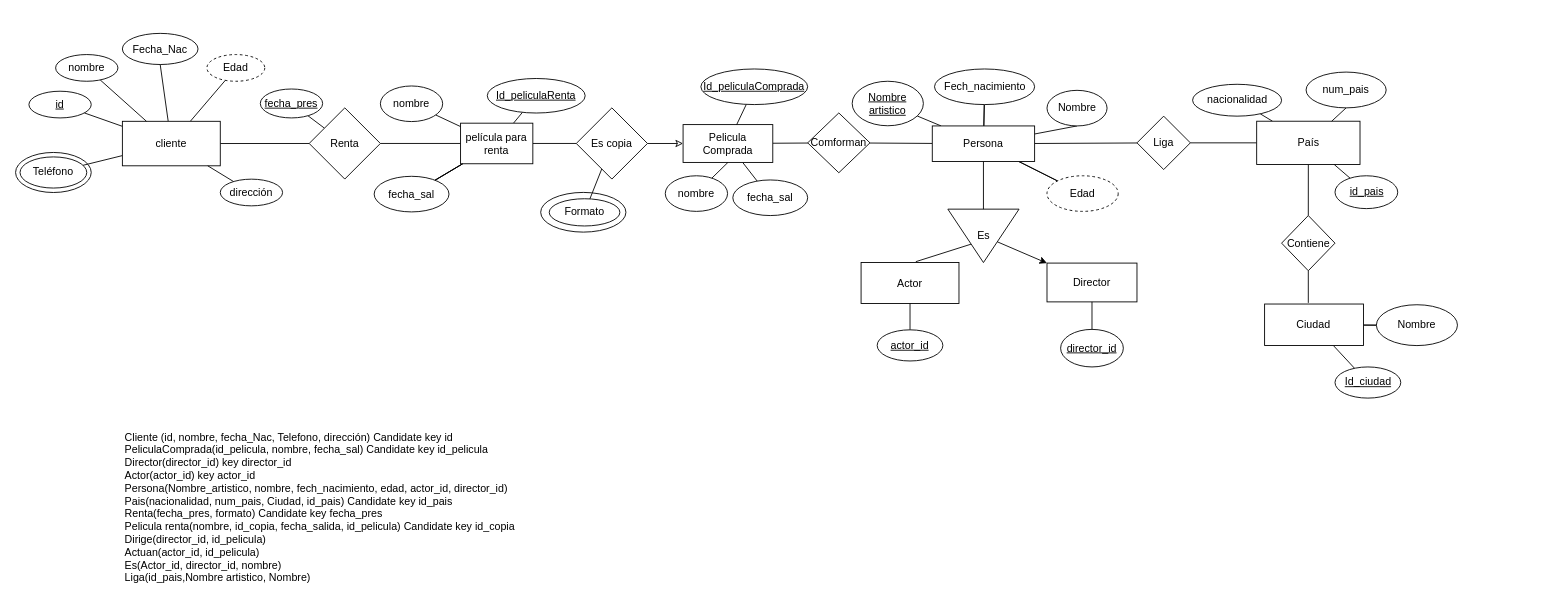
Before: videoStore.drawio in jesalazaro/ER-diagrams, a draw.io diagram. Source tidied: cells renumbered, new cells numbered last; positions are measured from the earlier drawing's top-left corner, leaving out a move shared by most shapes. Both pictures are drawn from the tidied source at 89%, with x=0, y=0 at pixel (15, 33).
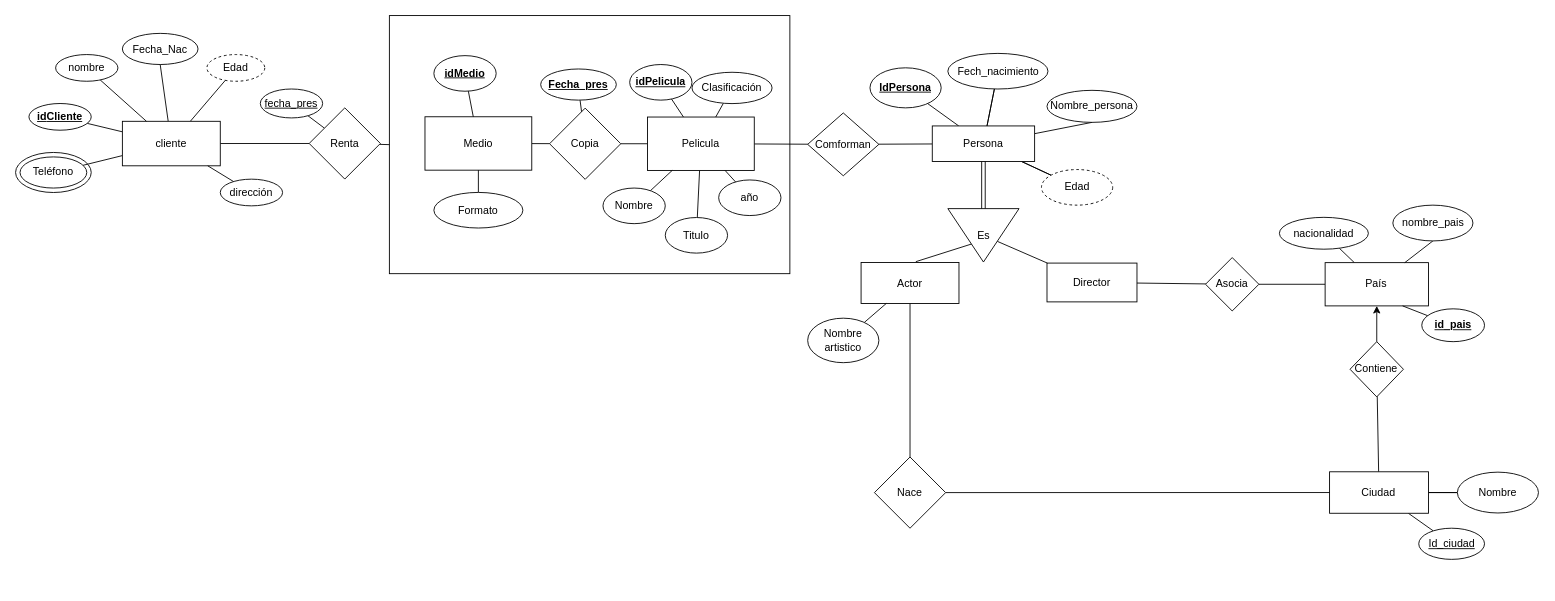
The same diagram, later.

The change refers to these unchanged cells:
```xml
<mxCell id="19" value="Renta" style="rhombus;whiteSpace=wrap;html=1;rounded=0;" parent="1" vertex="1">
  <mxGeometry x="329.9" y="83.7" width="80" height="80" as="geometry" />
</mxCell>
<mxCell id="22" value="Actor" style="whiteSpace=wrap;html=1;rounded=0;" parent="1" vertex="1">
  <mxGeometry x="950" y="257.5" width="110" height="46" as="geometry" />
</mxCell>
<mxCell id="24" value="Director" style="whiteSpace=wrap;html=1;rounded=0;" parent="1" vertex="1">
  <mxGeometry x="1158.9" y="258.1" width="101.1" height="43.6" as="geometry" />
</mxCell>
<mxCell id="78" value="Persona" style="whiteSpace=wrap;html=1;rounded=0;" parent="1" vertex="1">
  <mxGeometry x="1030" y="104" width="115" height="40" as="geometry" />
</mxCell>
```

Change to the diagram source:
```diff
@@
+    <mxCell id="96" style="rounded=0;whiteSpace=wrap;html=1;fontStyle=5;" parent="1" vertex="1">
+      <mxGeometry x="420" y="-20" width="450" height="290" as="geometry" />
+    </mxCell>
@@
-    <mxCell id="9" value="&lt;u&gt;id&lt;/u&gt;" style="ellipse;whiteSpace=wrap;html=1;rounded=0;" parent="1" vertex="1">
-      <mxGeometry x="15" y="65" width="70" height="30" as="geometry" />
+    <mxCell id="9" value="&lt;span&gt;id&lt;/span&gt;Cliente" style="ellipse;whiteSpace=wrap;html=1;rounded=0;fontStyle=5;" parent="1" vertex="1">
+      <mxGeometry x="15" y="78.8" width="70" height="30" as="geometry" />
     </mxCell>
@@
-    <mxCell id="18" style="edgeStyle=none;rounded=0;jettySize=auto;html=1;endArrow=none;endFill=0;" parent="1" edge="1" source="19" target="59">
-      <mxGeometry relative="1" as="geometry" />
-    </mxCell>
+    <mxCell id="97" style="edgeStyle=none;rounded=0;jettySize=auto;html=1;entryX=0;entryY=0.5;entryDx=0;entryDy=0;endArrow=none;endFill=0;" parent="1" edge="1" source="19" target="96">
+      <mxGeometry relative="1" as="geometry" />
+    </mxCell>
@@
+    <mxCell id="98" style="edgeStyle=none;rounded=0;jettySize=auto;html=1;endArrow=none;endFill=0;" parent="1" edge="1" source="22" target="127">
+      <mxGeometry relative="1" as="geometry" />
+    </mxCell>
@@
-    <mxCell id="23" style="edgeStyle=none;rounded=0;jettySize=auto;html=1;endArrow=none;endFill=0;startArrow=classic;startFill=1;" parent="1" edge="1" source="24" target="26">
-      <mxGeometry relative="1" as="geometry" />
-    </mxCell>
@@
+    <mxCell id="99" style="edgeStyle=none;rounded=0;jettySize=auto;html=1;endArrow=none;endFill=0;" parent="1" edge="1" source="26" target="24">
+      <mxGeometry relative="1" as="geometry" />
+    </mxCell>
     <mxCell id="26" value="Es" style="triangle;whiteSpace=wrap;html=1;rounded=0;direction=south;horizontal=1;" parent="1" vertex="1">
-      <mxGeometry x="1047.5" y="197.5" width="80" height="60" as="geometry" />
+      <mxGeometry x="1047.5" y="196.9" width="80" height="60" as="geometry" />
     </mxCell>
@@
-    <mxCell id="31" style="edgeStyle=none;rounded=0;jettySize=auto;html=1;endArrow=none;endFill=0;" parent="1" edge="1" source="78" target="33">
-      <mxGeometry relative="1" as="geometry" />
-    </mxCell>
     <mxCell id="32" style="edgeStyle=none;rounded=0;orthogonalLoop=1;jettySize=auto;html=1;exitX=0.5;exitY=1;exitDx=0;exitDy=0;endArrow=none;endFill=0;" parent="1" edge="1">
       <mxGeometry relative="1" as="geometry">
-        <mxPoint x="654.2" y="300" as="sourcePoint" />
-        <mxPoint x="654.2" y="300" as="targetPoint" />
+        <mxPoint x="714.2" y="219.9" as="sourcePoint" />
+        <mxPoint x="714.2" y="219.9" as="targetPoint" />
       </mxGeometry>
     </mxCell>
+    <mxCell id="100" style="edgeStyle=none;rounded=0;jettySize=auto;html=1;endArrow=none;endFill=0;" parent="1" edge="1" source="33" target="24">
+      <mxGeometry relative="1" as="geometry" />
+    </mxCell>
-    <mxCell id="33" value="Liga" style="rhombus;whiteSpace=wrap;html=1;rounded=0;" parent="1" vertex="1">
-      <mxGeometry x="1260" y="93" width="60" height="60" as="geometry" />
+    <mxCell id="33" value="Asocia" style="rhombus;whiteSpace=wrap;html=1;rounded=0;" parent="1" vertex="1">
+      <mxGeometry x="1337" y="251.9" width="60" height="60" as="geometry" />
     </mxCell>
@@
-    <mxCell id="39" style="rounded=0;jettySize=auto;html=1;endArrow=none;endFill=0;" parent="1" edge="1" source="40" target="71">
+    <mxCell id="39" style="rounded=0;jettySize=auto;html=1;endArrow=none;endFill=0;startArrow=classic;startFill=1;" parent="1" edge="1" source="40" target="71">
       <mxGeometry relative="1" as="geometry" />
     </mxCell>
     <mxCell id="40" value="País" style="rounded=0;whiteSpace=wrap;html=1;" parent="1" vertex="1">
-      <mxGeometry x="1394.5" y="98.7" width="116.1" height="48.6" as="geometry" />
+      <mxGeometry x="1471.4" y="257.6" width="116.1" height="48.6" as="geometry" />
     </mxCell>
     <mxCell id="41" value="nacionalidad" style="ellipse;whiteSpace=wrap;html=1;rounded=0;" parent="1" vertex="1">
-      <mxGeometry x="1322.5" y="57.2" width="100" height="35.8" as="geometry" />
+      <mxGeometry x="1420" y="206.7" width="100" height="35.8" as="geometry" />
     </mxCell>
@@
-    <mxCell id="43" value="num_pais" style="ellipse;whiteSpace=wrap;html=1;rounded=0;" parent="1" vertex="1">
-      <mxGeometry x="1450" y="43.5" width="90" height="40.2" as="geometry" />
+    <mxCell id="43" value="nombre_pais" style="ellipse;whiteSpace=wrap;html=1;rounded=0;" parent="1" vertex="1">
+      <mxGeometry x="1547.5" y="193" width="90" height="40.2" as="geometry" />
     </mxCell>
@@
-    <mxCell id="45" value="&lt;u&gt;id_pais&lt;/u&gt;" style="ellipse;whiteSpace=wrap;html=1;rounded=0;" parent="1" vertex="1">
-      <mxGeometry x="1482.5" y="160" width="70.5" height="36.9" as="geometry" />
+    <mxCell id="45" value="&lt;b&gt;&lt;u&gt;id_pais&lt;/u&gt;&lt;/b&gt;" style="ellipse;whiteSpace=wrap;html=1;rounded=0;" parent="1" vertex="1">
+      <mxGeometry x="1580" y="309.5" width="70.5" height="36.9" as="geometry" />
     </mxCell>
@@
-    <mxCell id="47" value="Nombre" style="ellipse;whiteSpace=wrap;html=1;rounded=0;" parent="1" vertex="1">
-      <mxGeometry x="1158.9" y="64" width="67.5" height="40" as="geometry" />
+    <mxCell id="47" value="Nombre_persona" style="ellipse;whiteSpace=wrap;html=1;rounded=0;" parent="1" vertex="1">
+      <mxGeometry x="1158.9" y="64" width="101.1" height="36" as="geometry" />
     </mxCell>
     <mxCell id="48" value="Fech_nacimiento" style="ellipse;whiteSpace=wrap;html=1;rounded=0;" parent="1" vertex="1">
-      <mxGeometry x="1032.5" y="40" width="112.5" height="40" as="geometry" />
+      <mxGeometry x="1047.5" y="22.5" width="112.5" height="40" as="geometry" />
     </mxCell>
     <mxCell id="49" value="Edad" style="ellipse;whiteSpace=wrap;html=1;rounded=0;dashed=1;" parent="1" vertex="1">
-      <mxGeometry x="1158.9" y="160" width="80" height="40" as="geometry" />
+      <mxGeometry x="1152.7" y="153" width="80" height="40" as="geometry" />
     </mxCell>
@@
-    <mxCell id="52" style="edgeStyle=none;rounded=0;jettySize=auto;html=1;endArrow=none;endFill=0;" parent="1" edge="1" source="53" target="78">
-      <mxGeometry relative="1" as="geometry" />
-    </mxCell>
-    <mxCell id="53" value="&lt;u&gt;Nombre artistico&lt;/u&gt;" style="ellipse;whiteSpace=wrap;html=1;rounded=0;align=center;" parent="1" vertex="1">
-      <mxGeometry x="940" y="53.8" width="80" height="50" as="geometry" />
-    </mxCell>
-    <mxCell id="54" style="edgeStyle=none;rounded=0;jettySize=auto;html=1;endArrow=none;endFill=0;" parent="1" edge="1" source="59" target="61">
-      <mxGeometry relative="1" as="geometry" />
-    </mxCell>
-    <mxCell id="55" style="edgeStyle=none;rounded=0;jettySize=auto;html=1;endArrow=none;endFill=0;" parent="1" edge="1" source="59" target="61">
-      <mxGeometry relative="1" as="geometry" />
-    </mxCell>
-    <mxCell id="56" style="edgeStyle=none;rounded=0;jettySize=auto;html=1;endArrow=none;endFill=0;" parent="1" edge="1" source="59" target="62">
-      <mxGeometry relative="1" as="geometry" />
-    </mxCell>
-    <mxCell id="57" style="edgeStyle=none;rounded=0;jettySize=auto;html=1;endArrow=none;endFill=0;" parent="1" edge="1" source="59" target="67">
-      <mxGeometry relative="1" as="geometry" />
-    </mxCell>
-    <mxCell id="58" style="edgeStyle=none;rounded=0;jettySize=auto;html=1;endArrow=none;endFill=0;" parent="1" edge="1" source="59" target="88">
-      <mxGeometry relative="1" as="geometry" />
-    </mxCell>
-    <mxCell id="59" value="película para renta" style="whiteSpace=wrap;html=1;rounded=0;" parent="1" vertex="1">
-      <mxGeometry x="500" y="100.9" width="81.2" height="45.6" as="geometry" />
-    </mxCell>
-    <mxCell id="60" style="edgeStyle=none;rounded=0;jettySize=auto;html=1;endArrow=none;endFill=0;" parent="1" edge="1" source="61" target="59">
-      <mxGeometry relative="1" as="geometry" />
-    </mxCell>
-    <mxCell id="61" value="fecha_sal" style="ellipse;whiteSpace=wrap;html=1;rounded=0;" parent="1" vertex="1">
-      <mxGeometry x="402.9" y="160.6" width="84.1" height="40" as="geometry" />
-    </mxCell>
-    <mxCell id="62" value="nombre" style="ellipse;whiteSpace=wrap;html=1;rounded=0;" parent="1" vertex="1">
-      <mxGeometry x="409.9" y="59.1" width="70" height="40" as="geometry" />
-    </mxCell>
-    <mxCell id="63" style="edgeStyle=none;rounded=0;jettySize=auto;html=1;endArrow=none;endFill=0;" parent="1" edge="1" source="64" target="22">
-      <mxGeometry relative="1" as="geometry" />
-    </mxCell>
-    <mxCell id="64" value="&lt;u&gt;actor_id&lt;/u&gt;" style="ellipse;whiteSpace=wrap;html=1;rounded=0;" parent="1" vertex="1">
-      <mxGeometry x="968.1" y="333.1" width="73.8" height="35" as="geometry" />
-    </mxCell>
-    <mxCell id="65" style="edgeStyle=none;rounded=0;jettySize=auto;html=1;endArrow=none;endFill=0;" parent="1" edge="1" source="66" target="24">
-      <mxGeometry relative="1" as="geometry" />
-    </mxCell>
-    <mxCell id="66" value="&lt;u&gt;director_id&lt;/u&gt;" style="ellipse;whiteSpace=wrap;html=1;rounded=0;" parent="1" vertex="1">
-      <mxGeometry x="1174.2" y="332.6" width="70.5" height="42.2" as="geometry" />
-    </mxCell>
-    <mxCell id="67" value="&lt;u&gt;Id_peliculaRenta&lt;/u&gt;" style="ellipse;whiteSpace=wrap;html=1;rounded=0;" parent="1" vertex="1">
-      <mxGeometry x="530" y="50.7" width="110" height="38.8" as="geometry" />
-    </mxCell>
@@
-    <mxCell id="69" value="Cliente (id, nombre, fecha_Nac, Telefono, dirección) Candidate key id&lt;br&gt;PeliculaComprada(id_pelicula, nombre, fecha_sal) Candidate key id_pelicula&lt;br&gt;Director(director_id) key director_id&lt;br&gt;Actor(actor_id) key actor_id&lt;br&gt;Persona(Nombre_artistico, nombre, fech_nacimiento, edad, actor_id, director_id)&amp;nbsp;&lt;br&gt;Pais(nacionalidad, num_pais, Ciudad, id_pais) Candidate key id_pais&lt;br&gt;Renta(fecha_pres, formato) Candidate key fecha_pres&lt;br&gt;Pelicula renta(nombre, id_copia, fecha_salida, id_pelicula) Candidate key id_copia&lt;br&gt;Dirige(director_id, id_pelicula)&lt;br&gt;Actuan(actor_id, id_pelicula)&lt;br&gt;Es(Actor_id, director_id, nombre)&lt;br&gt;Liga(id_pais,Nombre artistico, Nombre)" style="text;whiteSpace=wrap;html=1;" parent="1" vertex="1">
-      <mxGeometry x="121.2" y="440" width="460" height="180" as="geometry" />
-    </mxCell>
-    <mxCell id="70" style="edgeStyle=none;rounded=0;jettySize=auto;html=1;endArrow=none;endFill=0;" parent="1" edge="1" source="71">
-      <mxGeometry relative="1" as="geometry">
-        <mxPoint x="1452.5" y="302.8" as="targetPoint" />
-      </mxGeometry>
-    </mxCell>
     <mxCell id="71" value="Contiene" style="rhombus;whiteSpace=wrap;html=1;rounded=0;" parent="1" vertex="1">
-      <mxGeometry x="1422.5" y="204.7" width="60" height="62" as="geometry" />
+      <mxGeometry x="1499.4" y="346.4" width="60" height="62" as="geometry" />
     </mxCell>
@@
+    <mxCell id="101" style="edgeStyle=none;rounded=0;jettySize=auto;html=1;endArrow=none;endFill=0;" parent="1" edge="1" source="75" target="71">
+      <mxGeometry relative="1" as="geometry" />
+    </mxCell>
     <mxCell id="75" value="Ciudad" style="whiteSpace=wrap;html=1;rounded=0;" parent="1" vertex="1">
-      <mxGeometry x="1403.4" y="304.1" width="111.1" height="46.6" as="geometry" />
+      <mxGeometry x="1476.4" y="492.6" width="111.1" height="46.6" as="geometry" />
     </mxCell>
@@
+    <mxCell id="102" style="edgeStyle=none;rounded=0;jettySize=auto;html=1;endArrow=none;endFill=0;" parent="1" edge="1" source="77" target="110">
+      <mxGeometry relative="1" as="geometry" />
+    </mxCell>
     <mxCell id="77" value="Comforman" style="rhombus;whiteSpace=wrap;html=1;rounded=0;" parent="1" vertex="1">
-      <mxGeometry x="890" y="89.4" width="70" height="67.2" as="geometry" />
+      <mxGeometry x="890" y="89.4" width="80" height="70.6" as="geometry" />
     </mxCell>
+    <mxCell id="103" style="edgeStyle=none;rounded=0;jettySize=auto;html=1;endArrow=none;endFill=0;" parent="1" edge="1" source="78" target="120">
+      <mxGeometry relative="1" as="geometry" />
+    </mxCell>
@@
-    <mxCell id="79" style="edgeStyle=none;rounded=0;jettySize=auto;html=1;endArrow=none;endFill=0;" parent="1" edge="1" source="26" target="78">
-      <mxGeometry relative="1" as="geometry" />
-    </mxCell>
-    <mxCell id="80" style="edgeStyle=none;rounded=0;orthogonalLoop=1;jettySize=auto;html=1;exitX=0.5;exitY=1;exitDx=0;exitDy=0;endArrow=none;endFill=0;" parent="1" edge="1" source="64" target="64">
-      <mxGeometry relative="1" as="geometry" />
+    <mxCell id="80" style="edgeStyle=none;rounded=0;orthogonalLoop=1;jettySize=auto;html=1;exitX=0.5;exitY=1;exitDx=0;exitDy=0;endArrow=none;endFill=0;" parent="1" edge="1">
+      <mxGeometry relative="1" as="geometry">
+        <mxPoint x="1005" y="368.2" as="sourcePoint" />
+        <mxPoint x="1005" y="368.2" as="targetPoint" />
+      </mxGeometry>
     </mxCell>
-    <mxCell id="81" style="ellipse;whiteSpace=wrap;html=1;" parent="1" vertex="1">
-      <mxGeometry x="590" y="178.7" width="95.8" height="44.6" as="geometry" />
-    </mxCell>
-    <mxCell id="82" style="edgeStyle=none;rounded=0;jettySize=auto;html=1;startArrow=none;startFill=0;endArrow=none;endFill=0;" parent="1" edge="1" source="83" target="88">
-      <mxGeometry relative="1" as="geometry" />
-    </mxCell>
-    <mxCell id="83" value="Formato" style="ellipse;whiteSpace=wrap;html=1;rounded=0;" parent="1" vertex="1">
-      <mxGeometry x="599.6" y="185.8" width="79.4" height="30.6" as="geometry" />
-    </mxCell>
-    <mxCell id="84" style="edgeStyle=none;rounded=0;jettySize=auto;html=1;startArrow=none;startFill=0;endArrow=none;endFill=0;" parent="1" edge="1" source="86" target="77">
-      <mxGeometry relative="1" as="geometry" />
-    </mxCell>
-    <mxCell id="85" style="edgeStyle=none;rounded=0;jettySize=auto;html=1;startArrow=none;startFill=0;endArrow=none;endFill=0;" parent="1" edge="1" source="86" target="91">
-      <mxGeometry relative="1" as="geometry" />
-    </mxCell>
-    <mxCell id="86" value="Pelicula Comprada" style="whiteSpace=wrap;html=1;rounded=0;" parent="1" vertex="1">
-      <mxGeometry x="750" y="102.5" width="100.8" height="42.5" as="geometry" />
-    </mxCell>
-    <mxCell id="87" style="edgeStyle=none;rounded=0;jettySize=auto;html=1;endArrow=classic;endFill=0;" parent="1" edge="1" source="88" target="86">
-      <mxGeometry relative="1" as="geometry" />
-    </mxCell>
-    <mxCell id="88" value="Es copia" style="rhombus;whiteSpace=wrap;html=1;rounded=0;" parent="1" vertex="1">
-      <mxGeometry x="630" y="83.7" width="80" height="80" as="geometry" />
-    </mxCell>
-    <mxCell id="89" style="edgeStyle=none;rounded=0;jettySize=auto;html=1;startArrow=none;startFill=0;endArrow=none;endFill=0;" parent="1" edge="1" source="90" target="86">
-      <mxGeometry relative="1" as="geometry" />
-    </mxCell>
-    <mxCell id="90" value="&lt;u&gt;Id_peliculaComprada&lt;br&gt;&lt;/u&gt;" style="ellipse;whiteSpace=wrap;html=1;rounded=0;" parent="1" vertex="1">
-      <mxGeometry x="770" y="40" width="120" height="40" as="geometry" />
-    </mxCell>
-    <mxCell id="91" value="fecha_sal" style="ellipse;whiteSpace=wrap;html=1;rounded=0;" parent="1" vertex="1">
-      <mxGeometry x="805.9" y="164.7" width="84.1" height="40" as="geometry" />
-    </mxCell>
-    <mxCell id="92" style="edgeStyle=none;rounded=0;jettySize=auto;html=1;startArrow=none;startFill=0;endArrow=none;endFill=0;entryX=0.5;entryY=1;entryDx=0;entryDy=0;" parent="1" edge="1" source="93" target="86">
-      <mxGeometry relative="1" as="geometry" />
-    </mxCell>
-    <mxCell id="93" value="nombre" style="ellipse;whiteSpace=wrap;html=1;rounded=0;" parent="1" vertex="1">
-      <mxGeometry x="730" y="160" width="70" height="40" as="geometry" />
-    </mxCell>
     <mxCell id="94" value="Nombre" style="ellipse;whiteSpace=wrap;html=1;rounded=0;" parent="1" vertex="1">
-      <mxGeometry x="1529" y="304.9" width="91.1" height="45.9" as="geometry" />
+      <mxGeometry x="1620" y="493" width="91.1" height="45.9" as="geometry" />
     </mxCell>
     <mxCell id="95" value="&lt;u&gt;Id_ciudad&lt;/u&gt;" style="ellipse;whiteSpace=wrap;html=1;rounded=0;" parent="1" vertex="1">
-      <mxGeometry x="1482.5" y="374.8" width="73.9" height="35" as="geometry" />
+      <mxGeometry x="1576.6" y="556" width="73.9" height="35" as="geometry" />
     </mxCell>
+    <mxCell id="104" style="edgeStyle=none;rounded=0;jettySize=auto;html=1;endArrow=none;endFill=0;" parent="1" edge="1" source="105" target="107">
+      <mxGeometry relative="1" as="geometry" />
+    </mxCell>
+    <mxCell id="105" value="Medio" style="whiteSpace=wrap;html=1;rounded=0;" parent="1" vertex="1">
+      <mxGeometry x="460" y="93.7" width="120" height="60" as="geometry" />
+    </mxCell>
+    <mxCell id="79" style="shape=link;html=1;rounded=0;endArrow=none;endFill=0;exitX=0;exitY=0.5;exitDx=0;exitDy=0;" parent="1" edge="1" source="26" target="78">
+      <mxGeometry relative="1" as="geometry" />
+    </mxCell>
+    <mxCell id="106" style="edgeStyle=none;rounded=0;jettySize=auto;html=1;endArrow=none;endFill=0;" parent="1" edge="1" source="107" target="110">
+      <mxGeometry relative="1" as="geometry" />
+    </mxCell>
+    <mxCell id="107" value="Copia" style="rhombus;whiteSpace=wrap;html=1;rounded=0;" parent="1" vertex="1">
+      <mxGeometry x="600" y="84" width="80" height="80" as="geometry" />
+    </mxCell>
+    <mxCell id="108" style="edgeStyle=none;rounded=0;jettySize=auto;html=1;endArrow=none;endFill=0;" parent="1" edge="1" source="110" target="124">
+      <mxGeometry relative="1" as="geometry" />
+    </mxCell>
+    <mxCell id="109" style="edgeStyle=none;rounded=0;jettySize=auto;html=1;endArrow=none;endFill=0;" parent="1" edge="1" source="110" target="123">
+      <mxGeometry relative="1" as="geometry" />
+    </mxCell>
+    <mxCell id="110" value="Pelicula" style="rounded=0;whiteSpace=wrap;html=1;" parent="1" vertex="1">
+      <mxGeometry x="710" y="94" width="120" height="60" as="geometry" />
+    </mxCell>
+    <mxCell id="111" style="edgeStyle=none;rounded=0;jettySize=auto;html=1;endArrow=none;endFill=0;" parent="1" edge="1" source="112" target="105">
+      <mxGeometry relative="1" as="geometry" />
+    </mxCell>
+    <mxCell id="112" value="idMedio" style="ellipse;whiteSpace=wrap;html=1;rounded=0;fontStyle=5;" parent="1" vertex="1">
+      <mxGeometry x="470" y="25" width="70" height="40" as="geometry" />
+    </mxCell>
+    <mxCell id="113" style="edgeStyle=none;rounded=0;jettySize=auto;html=1;endArrow=none;endFill=0;" parent="1" edge="1" source="114" target="110">
+      <mxGeometry relative="1" as="geometry" />
+    </mxCell>
+    <mxCell id="114" value="idPelicula" style="ellipse;whiteSpace=wrap;html=1;rounded=0;fontStyle=5;" parent="1" vertex="1">
+      <mxGeometry x="690" y="35" width="70" height="40" as="geometry" />
+    </mxCell>
+    <mxCell id="115" style="edgeStyle=none;rounded=0;jettySize=auto;html=1;endArrow=none;endFill=0;" parent="1" edge="1" source="116" target="107">
+      <mxGeometry relative="1" as="geometry" />
+    </mxCell>
+    <mxCell id="116" value="Fecha_pres" style="ellipse;whiteSpace=wrap;html=1;rounded=0;fontStyle=5;" parent="1" vertex="1">
+      <mxGeometry x="590" y="40" width="85" height="35" as="geometry" />
+    </mxCell>
+    <mxCell id="117" style="edgeStyle=none;rounded=0;jettySize=auto;html=1;endArrow=none;endFill=0;" parent="1" edge="1" source="118" target="110">
+      <mxGeometry relative="1" as="geometry" />
+    </mxCell>
+    <mxCell id="118" value="Nombre" style="ellipse;whiteSpace=wrap;html=1;rounded=0;" parent="1" vertex="1">
+      <mxGeometry x="660" y="173.8" width="70" height="40" as="geometry" />
+    </mxCell>
+    <mxCell id="119" style="edgeStyle=none;rounded=0;jettySize=auto;html=1;endArrow=none;endFill=0;" parent="1" edge="1" source="53" target="22">
+      <mxGeometry relative="1" as="geometry" />
+    </mxCell>
+    <mxCell id="53" value="Nombre artistico" style="ellipse;whiteSpace=wrap;html=1;rounded=0;align=center;" parent="1" vertex="1">
+      <mxGeometry x="890" y="320" width="80" height="50" as="geometry" />
+    </mxCell>
+    <mxCell id="120" value="&lt;u&gt;&lt;b&gt;IdPersona&lt;/b&gt;&lt;/u&gt;" style="ellipse;whiteSpace=wrap;html=1;rounded=0;" parent="1" vertex="1">
+      <mxGeometry x="960" y="38.7" width="80" height="45" as="geometry" />
+    </mxCell>
+    <mxCell id="121" style="edgeStyle=none;rounded=0;jettySize=auto;html=1;endArrow=none;endFill=0;" parent="1" edge="1" source="122" target="110">
+      <mxGeometry relative="1" as="geometry" />
+    </mxCell>
+    <mxCell id="122" value="año" style="ellipse;whiteSpace=wrap;html=1;rounded=0;" parent="1" vertex="1">
+      <mxGeometry x="790" y="164.7" width="70" height="40" as="geometry" />
+    </mxCell>
+    <mxCell id="123" value="Titulo" style="ellipse;whiteSpace=wrap;html=1;rounded=0;" parent="1" vertex="1">
+      <mxGeometry x="730" y="206.9" width="70" height="40" as="geometry" />
+    </mxCell>
+    <mxCell id="124" value="Clasificación" style="ellipse;whiteSpace=wrap;html=1;rounded=0;" parent="1" vertex="1">
+      <mxGeometry x="760" y="43.7" width="90" height="35.2" as="geometry" />
+    </mxCell>
+    <mxCell id="125" style="edgeStyle=none;rounded=0;jettySize=auto;html=1;endArrow=none;endFill=0;" parent="1" edge="1" source="83" target="105">
+      <mxGeometry relative="1" as="geometry" />
+    </mxCell>
+    <mxCell id="83" value="Formato" style="ellipse;whiteSpace=wrap;html=1;rounded=0;" parent="1" vertex="1">
+      <mxGeometry x="470" y="178.7" width="100" height="40" as="geometry" />
+    </mxCell>
+    <mxCell id="126" style="edgeStyle=none;rounded=0;jettySize=auto;html=1;endArrow=none;endFill=0;" parent="1" edge="1" source="127" target="75">
+      <mxGeometry relative="1" as="geometry" />
+    </mxCell>
+    <mxCell id="127" value="Nace" style="rhombus;whiteSpace=wrap;html=1;rounded=0;" parent="1" vertex="1">
+      <mxGeometry x="965" y="476" width="80" height="80" as="geometry" />
+    </mxCell>
```
